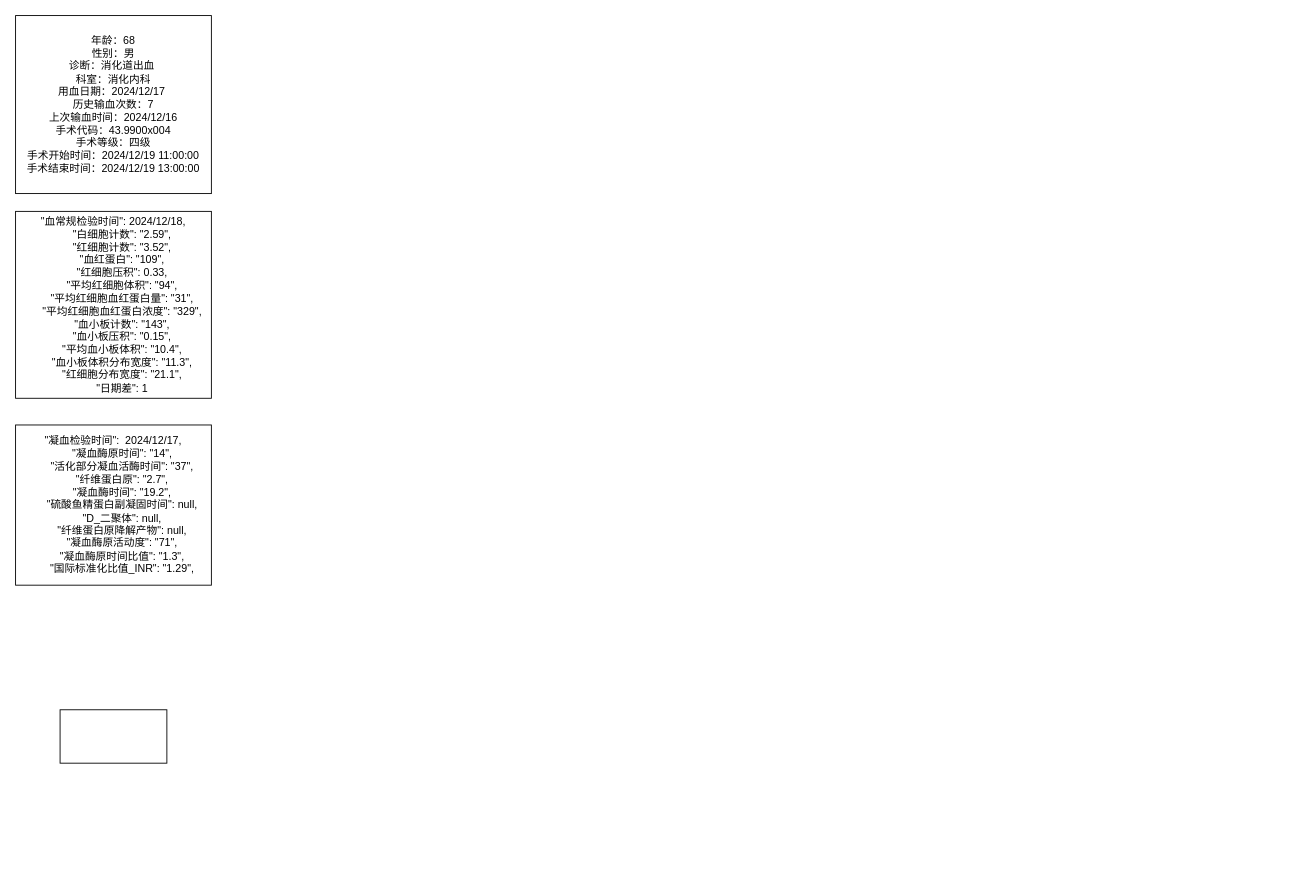
Earlier version of the draw.io diagram 输血预测模型.drawio (SongyuanC/supermall). Source tidied: cells renumbered, new cells numbered last; positions are measured from the earlier drawing's top-left corner, leaving out a move shared by most shapes. Both pictures are drawn from the tidied source at 89%, with x=0, y=0 at pixel (15, 15).
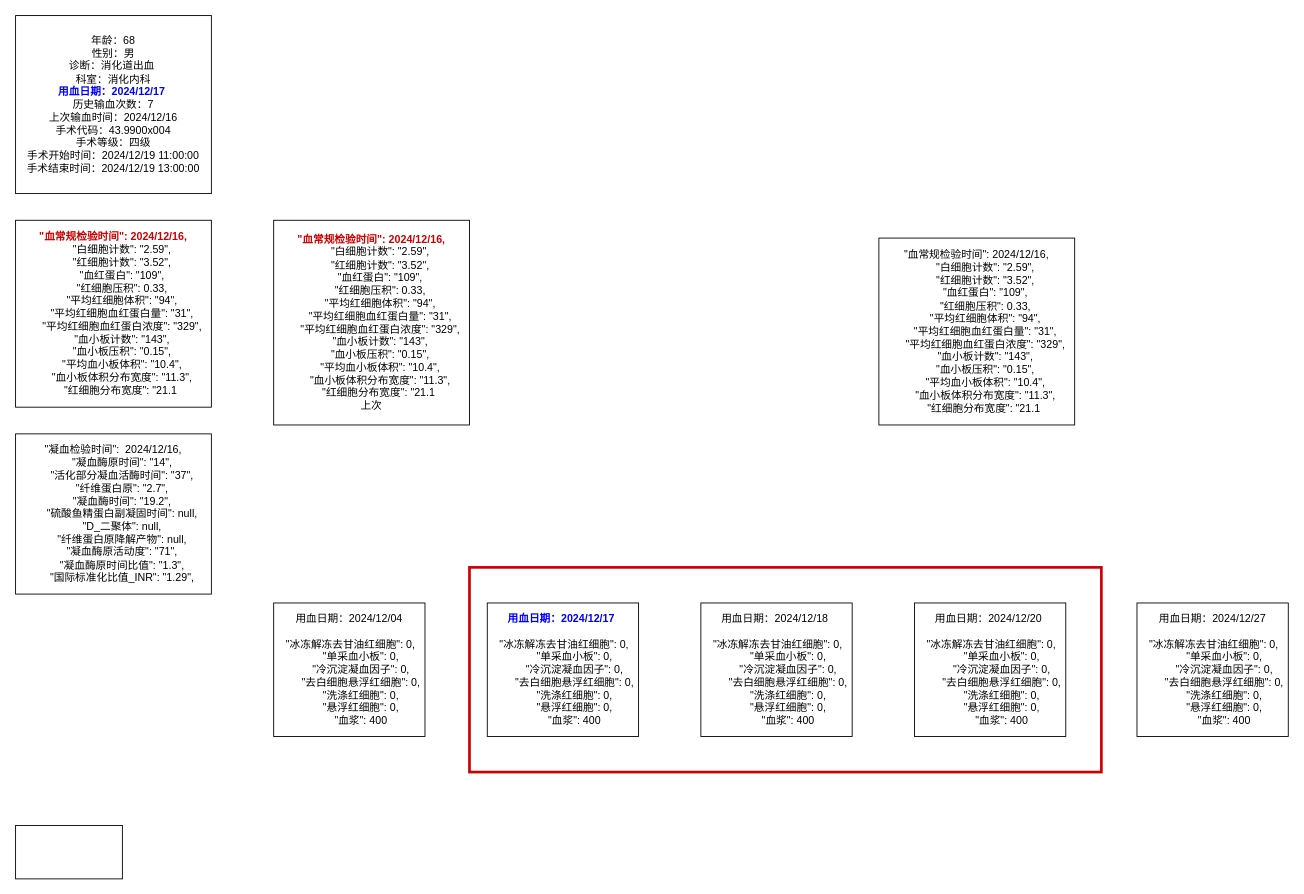
After the change.

Commit message (it also covers changes not shown here):
更新输血预测模型.drawio

The edit, as a diff of the source:
```diff
@@
 <mxGraphModel>
   <root>
     <mxCell id="0" />
     <mxCell id="1" parent="0" />
-    <mxCell id="2" value="年龄：68&lt;div&gt;性别：男&lt;/div&gt;&lt;div&gt;诊断：消化道出血&amp;nbsp;&lt;/div&gt;&lt;div&gt;科室：消化内科&lt;/div&gt;&lt;div&gt;用血日期：2024/12/17&amp;nbsp;&lt;/div&gt;&lt;div&gt;历史输血次数：7&lt;/div&gt;&lt;div&gt;上次输血时间：2024/12/16&lt;/div&gt;&lt;div&gt;手术代码：43.9900x004&lt;/div&gt;&lt;div&gt;手术等级：四级&lt;/div&gt;&lt;div&gt;手术开始时间：2024/12/19 11:00:00&lt;/div&gt;&lt;div&gt;手术结束时间：2024/12/19 13:00:00&lt;/div&gt;" style="rounded=0;whiteSpace=wrap;html=1;" parent="1" vertex="1">
+    <mxCell id="2" value="年龄：68&lt;div&gt;性别：男&lt;/div&gt;&lt;div&gt;诊断：消化道出血&amp;nbsp;&lt;/div&gt;&lt;div&gt;科室：消化内科&lt;/div&gt;&lt;div&gt;&lt;b&gt;&lt;font style=&quot;color: rgb(0, 0, 255);&quot;&gt;用血日期：2024/12/17&lt;/font&gt;&lt;/b&gt;&amp;nbsp;&lt;/div&gt;&lt;div&gt;历史输血次数：7&lt;/div&gt;&lt;div&gt;上次输血时间：2024/12/16&lt;/div&gt;&lt;div&gt;手术代码：43.9900x004&lt;/div&gt;&lt;div&gt;手术等级：四级&lt;/div&gt;&lt;div&gt;手术开始时间：2024/12/19 11:00:00&lt;/div&gt;&lt;div&gt;手术结束时间：2024/12/19 13:00:00&lt;/div&gt;" style="rounded=0;whiteSpace=wrap;html=1;" parent="1" vertex="1">
       <mxGeometry width="220" height="200" as="geometry" />
     </mxCell>
     <mxCell id="3" style="rounded=0;whiteSpace=wrap;html=1;" parent="1" vertex="1">
-      <mxGeometry x="50" y="780" width="120" height="60" as="geometry" />
+      <mxGeometry y="910" width="120" height="60" as="geometry" />
     </mxCell>
-    <mxCell id="4" value="&lt;div&gt;&quot;血常规检验时间&quot;: 2024/12/18,&lt;/div&gt;&lt;div&gt;&amp;nbsp; &amp;nbsp; &amp;nbsp; &quot;白细胞计数&quot;: &quot;2.59&quot;,&lt;/div&gt;&lt;div&gt;&amp;nbsp; &amp;nbsp; &amp;nbsp; &quot;红细胞计数&quot;: &quot;3.52&quot;,&lt;/div&gt;&lt;div&gt;&amp;nbsp; &amp;nbsp; &amp;nbsp; &quot;血红蛋白&quot;: &quot;109&quot;,&lt;/div&gt;&lt;div&gt;&amp;nbsp; &amp;nbsp; &amp;nbsp; &quot;红细胞压积&quot;: 0.33,&lt;/div&gt;&lt;div&gt;&amp;nbsp; &amp;nbsp; &amp;nbsp; &quot;平均红细胞体积&quot;: &quot;94&quot;,&lt;/div&gt;&lt;div&gt;&amp;nbsp; &amp;nbsp; &amp;nbsp; &quot;平均红细胞血红蛋白量&quot;: &quot;31&quot;,&lt;/div&gt;&lt;div&gt;&amp;nbsp; &amp;nbsp; &amp;nbsp; &quot;平均红细胞血红蛋白浓度&quot;: &quot;329&quot;,&lt;/div&gt;&lt;div&gt;&amp;nbsp; &amp;nbsp; &amp;nbsp; &quot;血小板计数&quot;: &quot;143&quot;,&lt;/div&gt;&lt;div&gt;&amp;nbsp; &amp;nbsp; &amp;nbsp; &quot;血小板压积&quot;: &quot;0.15&quot;,&lt;/div&gt;&lt;div&gt;&amp;nbsp; &amp;nbsp; &amp;nbsp; &quot;平均血小板体积&quot;: &quot;10.4&quot;,&lt;/div&gt;&lt;div&gt;&amp;nbsp; &amp;nbsp; &amp;nbsp; &quot;血小板体积分布宽度&quot;: &quot;11.3&quot;,&lt;/div&gt;&lt;div&gt;&amp;nbsp; &amp;nbsp; &amp;nbsp; &quot;红细胞分布宽度&quot;: &quot;21.1&quot;,&lt;/div&gt;&lt;div&gt;&amp;nbsp; &amp;nbsp; &amp;nbsp; &quot;日期差&quot;: 1&lt;/div&gt;" style="rounded=0;whiteSpace=wrap;html=1;" parent="1" vertex="1">
-      <mxGeometry y="220" width="220" height="210" as="geometry" />
+    <mxCell id="4" value="&lt;div&gt;&lt;b&gt;&lt;font style=&quot;color: rgb(204, 0, 0);&quot;&gt;&quot;血常规检验时间&quot;: 2024/12/16,&lt;/font&gt;&lt;/b&gt;&lt;/div&gt;&lt;div&gt;&amp;nbsp; &amp;nbsp; &amp;nbsp; &quot;白细胞计数&quot;: &quot;2.59&quot;,&lt;/div&gt;&lt;div&gt;&amp;nbsp; &amp;nbsp; &amp;nbsp; &quot;红细胞计数&quot;: &quot;3.52&quot;,&lt;/div&gt;&lt;div&gt;&amp;nbsp; &amp;nbsp; &amp;nbsp; &quot;血红蛋白&quot;: &quot;109&quot;,&lt;/div&gt;&lt;div&gt;&amp;nbsp; &amp;nbsp; &amp;nbsp; &quot;红细胞压积&quot;: 0.33,&lt;/div&gt;&lt;div&gt;&amp;nbsp; &amp;nbsp; &amp;nbsp; &quot;平均红细胞体积&quot;: &quot;94&quot;,&lt;/div&gt;&lt;div&gt;&amp;nbsp; &amp;nbsp; &amp;nbsp; &quot;平均红细胞血红蛋白量&quot;: &quot;31&quot;,&lt;/div&gt;&lt;div&gt;&amp;nbsp; &amp;nbsp; &amp;nbsp; &quot;平均红细胞血红蛋白浓度&quot;: &quot;329&quot;,&lt;/div&gt;&lt;div&gt;&amp;nbsp; &amp;nbsp; &amp;nbsp; &quot;血小板计数&quot;: &quot;143&quot;,&lt;/div&gt;&lt;div&gt;&amp;nbsp; &amp;nbsp; &amp;nbsp; &quot;血小板压积&quot;: &quot;0.15&quot;,&lt;/div&gt;&lt;div&gt;&amp;nbsp; &amp;nbsp; &amp;nbsp; &quot;平均血小板体积&quot;: &quot;10.4&quot;,&lt;/div&gt;&lt;div&gt;&amp;nbsp; &amp;nbsp; &amp;nbsp; &quot;血小板体积分布宽度&quot;: &quot;11.3&quot;,&lt;/div&gt;&lt;div&gt;&amp;nbsp; &amp;nbsp; &amp;nbsp; &quot;红细胞分布宽度&quot;: &quot;21.1&lt;span style=&quot;background-color: transparent; color: light-dark(rgb(0, 0, 0), rgb(255, 255, 255));&quot;&gt;&amp;nbsp;&lt;/span&gt;&lt;/div&gt;" style="rounded=0;whiteSpace=wrap;html=1;" parent="1" vertex="1">
+      <mxGeometry y="230" width="220" height="210" as="geometry" />
     </mxCell>
-    <mxCell id="5" value="&lt;div&gt;&quot;凝血检验时间&quot;:&amp;nbsp;&lt;span style=&quot;background-color: transparent; color: light-dark(rgb(0, 0, 0), rgb(255, 255, 255));&quot;&gt;&amp;nbsp;&lt;/span&gt;&lt;span style=&quot;background-color: transparent; color: light-dark(rgb(0, 0, 0), rgb(255, 255, 255));&quot;&gt;2024/12/17&lt;/span&gt;&lt;span style=&quot;background-color: transparent; color: light-dark(rgb(0, 0, 0), rgb(255, 255, 255));&quot;&gt;,&lt;/span&gt;&lt;/div&gt;&lt;div&gt;&amp;nbsp; &amp;nbsp; &amp;nbsp; &quot;凝血酶原时间&quot;: &quot;14&quot;,&lt;/div&gt;&lt;div&gt;&amp;nbsp; &amp;nbsp; &amp;nbsp; &quot;活化部分凝血活酶时间&quot;: &quot;37&quot;,&lt;/div&gt;&lt;div&gt;&amp;nbsp; &amp;nbsp; &amp;nbsp; &quot;纤维蛋白原&quot;: &quot;2.7&quot;,&lt;/div&gt;&lt;div&gt;&amp;nbsp; &amp;nbsp; &amp;nbsp; &quot;凝血酶时间&quot;: &quot;19.2&quot;,&lt;/div&gt;&lt;div&gt;&amp;nbsp; &amp;nbsp; &amp;nbsp; &quot;硫酸鱼精蛋白副凝固时间&quot;: null,&lt;/div&gt;&lt;div&gt;&amp;nbsp; &amp;nbsp; &amp;nbsp; &quot;D_二聚体&quot;: null,&lt;/div&gt;&lt;div&gt;&amp;nbsp; &amp;nbsp; &amp;nbsp; &quot;纤维蛋白原降解产物&quot;: null,&lt;/div&gt;&lt;div&gt;&amp;nbsp; &amp;nbsp; &amp;nbsp; &quot;凝血酶原活动度&quot;: &quot;71&quot;,&lt;/div&gt;&lt;div&gt;&amp;nbsp; &amp;nbsp; &amp;nbsp; &quot;凝血酶原时间比值&quot;: &quot;1.3&quot;,&lt;/div&gt;&lt;div&gt;&amp;nbsp; &amp;nbsp; &amp;nbsp; &quot;国际标准化比值_INR&quot;: &quot;1.29&quot;,&lt;/div&gt;" style="rounded=0;whiteSpace=wrap;html=1;" parent="1" vertex="1">
-      <mxGeometry y="460" width="220" height="180" as="geometry" />
+    <mxCell id="5" value="&lt;div&gt;&quot;凝血检验时间&quot;:&amp;nbsp;&lt;span style=&quot;background-color: transparent; color: light-dark(rgb(0, 0, 0), rgb(255, 255, 255));&quot;&gt;&amp;nbsp;&lt;/span&gt;&lt;span style=&quot;background-color: transparent; color: light-dark(rgb(0, 0, 0), rgb(255, 255, 255));&quot;&gt;2024/12/16&lt;/span&gt;&lt;span style=&quot;background-color: transparent; color: light-dark(rgb(0, 0, 0), rgb(255, 255, 255));&quot;&gt;,&lt;/span&gt;&lt;/div&gt;&lt;div&gt;&amp;nbsp; &amp;nbsp; &amp;nbsp; &quot;凝血酶原时间&quot;: &quot;14&quot;,&lt;/div&gt;&lt;div&gt;&amp;nbsp; &amp;nbsp; &amp;nbsp; &quot;活化部分凝血活酶时间&quot;: &quot;37&quot;,&lt;/div&gt;&lt;div&gt;&amp;nbsp; &amp;nbsp; &amp;nbsp; &quot;纤维蛋白原&quot;: &quot;2.7&quot;,&lt;/div&gt;&lt;div&gt;&amp;nbsp; &amp;nbsp; &amp;nbsp; &quot;凝血酶时间&quot;: &quot;19.2&quot;,&lt;/div&gt;&lt;div&gt;&amp;nbsp; &amp;nbsp; &amp;nbsp; &quot;硫酸鱼精蛋白副凝固时间&quot;: null,&lt;/div&gt;&lt;div&gt;&amp;nbsp; &amp;nbsp; &amp;nbsp; &quot;D_二聚体&quot;: null,&lt;/div&gt;&lt;div&gt;&amp;nbsp; &amp;nbsp; &amp;nbsp; &quot;纤维蛋白原降解产物&quot;: null,&lt;/div&gt;&lt;div&gt;&amp;nbsp; &amp;nbsp; &amp;nbsp; &quot;凝血酶原活动度&quot;: &quot;71&quot;,&lt;/div&gt;&lt;div&gt;&amp;nbsp; &amp;nbsp; &amp;nbsp; &quot;凝血酶原时间比值&quot;: &quot;1.3&quot;,&lt;/div&gt;&lt;div&gt;&amp;nbsp; &amp;nbsp; &amp;nbsp; &quot;国际标准化比值_INR&quot;: &quot;1.29&quot;,&lt;/div&gt;" style="rounded=0;whiteSpace=wrap;html=1;" parent="1" vertex="1">
+      <mxGeometry y="470" width="220" height="180" as="geometry" />
     </mxCell>
+    <mxCell id="6" value="&lt;div&gt;&lt;b&gt;&lt;font style=&quot;color: rgb(0, 0, 255);&quot;&gt;用血日期：&lt;/font&gt;&lt;/b&gt;&lt;span style=&quot;background-color: transparent;&quot;&gt;&lt;b style=&quot;&quot;&gt;&lt;font style=&quot;color: rgb(0, 0, 255);&quot;&gt;2024/12/17&lt;/font&gt;&lt;/b&gt;&lt;font style=&quot;color: rgb(0, 0, 255);&quot;&gt;&amp;nbsp;&lt;/font&gt;&lt;/span&gt;&lt;/div&gt;&lt;div&gt;&lt;br&gt;&lt;/div&gt;&lt;div&gt;&amp;nbsp;&quot;冰冻解冻去甘油红细胞&quot;: 0,&lt;/div&gt;&lt;div&gt;&amp;nbsp; &amp;nbsp; &amp;nbsp; &amp;nbsp; &quot;单采血小板&quot;: 0,&lt;/div&gt;&lt;div&gt;&amp;nbsp; &amp;nbsp; &amp;nbsp; &amp;nbsp; &quot;冷沉淀凝血因子&quot;: 0,&lt;/div&gt;&lt;div&gt;&amp;nbsp; &amp;nbsp; &amp;nbsp; &amp;nbsp; &quot;去白细胞悬浮红细胞&quot;: 0,&lt;/div&gt;&lt;div&gt;&amp;nbsp; &amp;nbsp; &amp;nbsp; &amp;nbsp; &quot;洗涤红细胞&quot;: 0,&lt;/div&gt;&lt;div&gt;&amp;nbsp; &amp;nbsp; &amp;nbsp; &amp;nbsp; &quot;悬浮红细胞&quot;: 0,&lt;/div&gt;&lt;div&gt;&amp;nbsp; &amp;nbsp; &amp;nbsp; &amp;nbsp; &quot;血浆&quot;: 400&lt;/div&gt;" style="rounded=0;whiteSpace=wrap;html=1;" parent="1" vertex="1">
+      <mxGeometry x="530" y="660" width="170" height="150" as="geometry" />
+    </mxCell>
+    <mxCell id="7" value="&lt;div&gt;用血日期：&lt;span style=&quot;background-color: transparent; color: light-dark(rgb(0, 0, 0), rgb(255, 255, 255));&quot;&gt;2024/12/18&amp;nbsp;&lt;/span&gt;&lt;/div&gt;&lt;div&gt;&lt;br&gt;&lt;/div&gt;&lt;div&gt;&amp;nbsp;&quot;冰冻解冻去甘油红细胞&quot;: 0,&lt;/div&gt;&lt;div&gt;&amp;nbsp; &amp;nbsp; &amp;nbsp; &amp;nbsp; &quot;单采血小板&quot;: 0,&lt;/div&gt;&lt;div&gt;&amp;nbsp; &amp;nbsp; &amp;nbsp; &amp;nbsp; &quot;冷沉淀凝血因子&quot;: 0,&lt;/div&gt;&lt;div&gt;&amp;nbsp; &amp;nbsp; &amp;nbsp; &amp;nbsp; &quot;去白细胞悬浮红细胞&quot;: 0,&lt;/div&gt;&lt;div&gt;&amp;nbsp; &amp;nbsp; &amp;nbsp; &amp;nbsp; &quot;洗涤红细胞&quot;: 0,&lt;/div&gt;&lt;div&gt;&amp;nbsp; &amp;nbsp; &amp;nbsp; &amp;nbsp; &quot;悬浮红细胞&quot;: 0,&lt;/div&gt;&lt;div&gt;&amp;nbsp; &amp;nbsp; &amp;nbsp; &amp;nbsp; &quot;血浆&quot;: 400&lt;/div&gt;" style="rounded=0;whiteSpace=wrap;html=1;" parent="1" vertex="1">
+      <mxGeometry x="770" y="660" width="170" height="150" as="geometry" />
+    </mxCell>
+    <mxCell id="8" value="&lt;div&gt;用血日期：&lt;span style=&quot;background-color: transparent; color: light-dark(rgb(0, 0, 0), rgb(255, 255, 255));&quot;&gt;2024/12/20&amp;nbsp;&lt;/span&gt;&lt;/div&gt;&lt;div&gt;&lt;br&gt;&lt;/div&gt;&lt;div&gt;&amp;nbsp;&quot;冰冻解冻去甘油红细胞&quot;: 0,&lt;/div&gt;&lt;div&gt;&amp;nbsp; &amp;nbsp; &amp;nbsp; &amp;nbsp; &quot;单采血小板&quot;: 0,&lt;/div&gt;&lt;div&gt;&amp;nbsp; &amp;nbsp; &amp;nbsp; &amp;nbsp; &quot;冷沉淀凝血因子&quot;: 0,&lt;/div&gt;&lt;div&gt;&amp;nbsp; &amp;nbsp; &amp;nbsp; &amp;nbsp; &quot;去白细胞悬浮红细胞&quot;: 0,&lt;/div&gt;&lt;div&gt;&amp;nbsp; &amp;nbsp; &amp;nbsp; &amp;nbsp; &quot;洗涤红细胞&quot;: 0,&lt;/div&gt;&lt;div&gt;&amp;nbsp; &amp;nbsp; &amp;nbsp; &amp;nbsp; &quot;悬浮红细胞&quot;: 0,&lt;/div&gt;&lt;div&gt;&amp;nbsp; &amp;nbsp; &amp;nbsp; &amp;nbsp; &quot;血浆&quot;: 400&lt;/div&gt;" style="rounded=0;whiteSpace=wrap;html=1;" parent="1" vertex="1">
+      <mxGeometry x="1010" y="660" width="170" height="150" as="geometry" />
+    </mxCell>
+    <mxCell id="9" value="&lt;div&gt;用血日期：&lt;span style=&quot;background-color: transparent; color: light-dark(rgb(0, 0, 0), rgb(255, 255, 255));&quot;&gt;2024/12/04&lt;/span&gt;&lt;/div&gt;&lt;div&gt;&lt;br&gt;&lt;/div&gt;&lt;div&gt;&amp;nbsp;&quot;冰冻解冻去甘油红细胞&quot;: 0,&lt;/div&gt;&lt;div&gt;&amp;nbsp; &amp;nbsp; &amp;nbsp; &amp;nbsp; &quot;单采血小板&quot;: 0,&lt;/div&gt;&lt;div&gt;&amp;nbsp; &amp;nbsp; &amp;nbsp; &amp;nbsp; &quot;冷沉淀凝血因子&quot;: 0,&lt;/div&gt;&lt;div&gt;&amp;nbsp; &amp;nbsp; &amp;nbsp; &amp;nbsp; &quot;去白细胞悬浮红细胞&quot;: 0,&lt;/div&gt;&lt;div&gt;&amp;nbsp; &amp;nbsp; &amp;nbsp; &amp;nbsp; &quot;洗涤红细胞&quot;: 0,&lt;/div&gt;&lt;div&gt;&amp;nbsp; &amp;nbsp; &amp;nbsp; &amp;nbsp; &quot;悬浮红细胞&quot;: 0,&lt;/div&gt;&lt;div&gt;&amp;nbsp; &amp;nbsp; &amp;nbsp; &amp;nbsp; &quot;血浆&quot;: 400&lt;/div&gt;" style="rounded=0;whiteSpace=wrap;html=1;" parent="1" vertex="1">
+      <mxGeometry x="290" y="660" width="170" height="150" as="geometry" />
+    </mxCell>
+    <mxCell id="10" value="&lt;div&gt;用血日期：&lt;span style=&quot;background-color: transparent; color: light-dark(rgb(0, 0, 0), rgb(255, 255, 255));&quot;&gt;2024/12/27&lt;/span&gt;&lt;/div&gt;&lt;div&gt;&lt;br&gt;&lt;/div&gt;&lt;div&gt;&amp;nbsp;&quot;冰冻解冻去甘油红细胞&quot;: 0,&lt;/div&gt;&lt;div&gt;&amp;nbsp; &amp;nbsp; &amp;nbsp; &amp;nbsp; &quot;单采血小板&quot;: 0,&lt;/div&gt;&lt;div&gt;&amp;nbsp; &amp;nbsp; &amp;nbsp; &amp;nbsp; &quot;冷沉淀凝血因子&quot;: 0,&lt;/div&gt;&lt;div&gt;&amp;nbsp; &amp;nbsp; &amp;nbsp; &amp;nbsp; &quot;去白细胞悬浮红细胞&quot;: 0,&lt;/div&gt;&lt;div&gt;&amp;nbsp; &amp;nbsp; &amp;nbsp; &amp;nbsp; &quot;洗涤红细胞&quot;: 0,&lt;/div&gt;&lt;div&gt;&amp;nbsp; &amp;nbsp; &amp;nbsp; &amp;nbsp; &quot;悬浮红细胞&quot;: 0,&lt;/div&gt;&lt;div&gt;&amp;nbsp; &amp;nbsp; &amp;nbsp; &amp;nbsp; &quot;血浆&quot;: 400&lt;/div&gt;" style="rounded=0;whiteSpace=wrap;html=1;" parent="1" vertex="1">
+      <mxGeometry x="1260" y="660" width="170" height="150" as="geometry" />
+    </mxCell>
+    <mxCell id="11" value="&lt;div&gt;&quot;血常规检验时间&quot;: 2024/12/16,&lt;/div&gt;&lt;div&gt;&amp;nbsp; &amp;nbsp; &amp;nbsp; &quot;白细胞计数&quot;: &quot;2.59&quot;,&lt;/div&gt;&lt;div&gt;&amp;nbsp; &amp;nbsp; &amp;nbsp; &quot;红细胞计数&quot;: &quot;3.52&quot;,&lt;/div&gt;&lt;div&gt;&amp;nbsp; &amp;nbsp; &amp;nbsp; &quot;血红蛋白&quot;: &quot;109&quot;,&lt;/div&gt;&lt;div&gt;&amp;nbsp; &amp;nbsp; &amp;nbsp; &quot;红细胞压积&quot;: 0.33,&lt;/div&gt;&lt;div&gt;&amp;nbsp; &amp;nbsp; &amp;nbsp; &quot;平均红细胞体积&quot;: &quot;94&quot;,&lt;/div&gt;&lt;div&gt;&amp;nbsp; &amp;nbsp; &amp;nbsp; &quot;平均红细胞血红蛋白量&quot;: &quot;31&quot;,&lt;/div&gt;&lt;div&gt;&amp;nbsp; &amp;nbsp; &amp;nbsp; &quot;平均红细胞血红蛋白浓度&quot;: &quot;329&quot;,&lt;/div&gt;&lt;div&gt;&amp;nbsp; &amp;nbsp; &amp;nbsp; &quot;血小板计数&quot;: &quot;143&quot;,&lt;/div&gt;&lt;div&gt;&amp;nbsp; &amp;nbsp; &amp;nbsp; &quot;血小板压积&quot;: &quot;0.15&quot;,&lt;/div&gt;&lt;div&gt;&amp;nbsp; &amp;nbsp; &amp;nbsp; &quot;平均血小板体积&quot;: &quot;10.4&quot;,&lt;/div&gt;&lt;div&gt;&amp;nbsp; &amp;nbsp; &amp;nbsp; &quot;血小板体积分布宽度&quot;: &quot;11.3&quot;,&lt;/div&gt;&lt;div&gt;&amp;nbsp; &amp;nbsp; &amp;nbsp; &quot;红细胞分布宽度&quot;: &quot;21.1&lt;span style=&quot;background-color: transparent; color: light-dark(rgb(0, 0, 0), rgb(255, 255, 255));&quot;&gt;&amp;nbsp;&lt;/span&gt;&lt;/div&gt;" style="rounded=0;whiteSpace=wrap;html=1;" parent="1" vertex="1">
+      <mxGeometry x="970" y="250" width="220" height="210" as="geometry" />
+    </mxCell>
+    <mxCell id="12" style="rounded=0;whiteSpace=wrap;html=1;fillColor=none;strokeColor=#CC0000;strokeWidth=3;" parent="1" vertex="1">
+      <mxGeometry x="510" y="620" width="710" height="230" as="geometry" />
+    </mxCell>
+    <mxCell id="13" value="&lt;div&gt;&lt;b&gt;&lt;font style=&quot;color: rgb(204, 0, 0);&quot;&gt;&quot;血常规检验时间&quot;: 2024/12/16,&lt;/font&gt;&lt;/b&gt;&lt;/div&gt;&lt;div&gt;&amp;nbsp; &amp;nbsp; &amp;nbsp; &quot;白细胞计数&quot;: &quot;2.59&quot;,&lt;/div&gt;&lt;div&gt;&amp;nbsp; &amp;nbsp; &amp;nbsp; &quot;红细胞计数&quot;: &quot;3.52&quot;,&lt;/div&gt;&lt;div&gt;&amp;nbsp; &amp;nbsp; &amp;nbsp; &quot;血红蛋白&quot;: &quot;109&quot;,&lt;/div&gt;&lt;div&gt;&amp;nbsp; &amp;nbsp; &amp;nbsp; &quot;红细胞压积&quot;: 0.33,&lt;/div&gt;&lt;div&gt;&amp;nbsp; &amp;nbsp; &amp;nbsp; &quot;平均红细胞体积&quot;: &quot;94&quot;,&lt;/div&gt;&lt;div&gt;&amp;nbsp; &amp;nbsp; &amp;nbsp; &quot;平均红细胞血红蛋白量&quot;: &quot;31&quot;,&lt;/div&gt;&lt;div&gt;&amp;nbsp; &amp;nbsp; &amp;nbsp; &quot;平均红细胞血红蛋白浓度&quot;: &quot;329&quot;,&lt;/div&gt;&lt;div&gt;&amp;nbsp; &amp;nbsp; &amp;nbsp; &quot;血小板计数&quot;: &quot;143&quot;,&lt;/div&gt;&lt;div&gt;&amp;nbsp; &amp;nbsp; &amp;nbsp; &quot;血小板压积&quot;: &quot;0.15&quot;,&lt;/div&gt;&lt;div&gt;&amp;nbsp; &amp;nbsp; &amp;nbsp; &quot;平均血小板体积&quot;: &quot;10.4&quot;,&lt;/div&gt;&lt;div&gt;&amp;nbsp; &amp;nbsp; &amp;nbsp; &quot;血小板体积分布宽度&quot;: &quot;11.3&quot;,&lt;/div&gt;&lt;div&gt;&amp;nbsp; &amp;nbsp; &amp;nbsp; &quot;红细胞分布宽度&quot;: &quot;21.1&lt;span style=&quot;background-color: transparent; color: light-dark(rgb(0, 0, 0), rgb(255, 255, 255));&quot;&gt;&amp;nbsp;&lt;/span&gt;&lt;/div&gt;&lt;div&gt;&lt;span style=&quot;background-color: transparent; color: light-dark(rgb(0, 0, 0), rgb(255, 255, 255));&quot;&gt;上次&lt;/span&gt;&lt;/div&gt;" style="rounded=0;whiteSpace=wrap;html=1;" parent="1" vertex="1">
+      <mxGeometry x="290" y="230" width="220" height="230" as="geometry" />
+    </mxCell>
   </root>
 </mxGraphModel>
```
